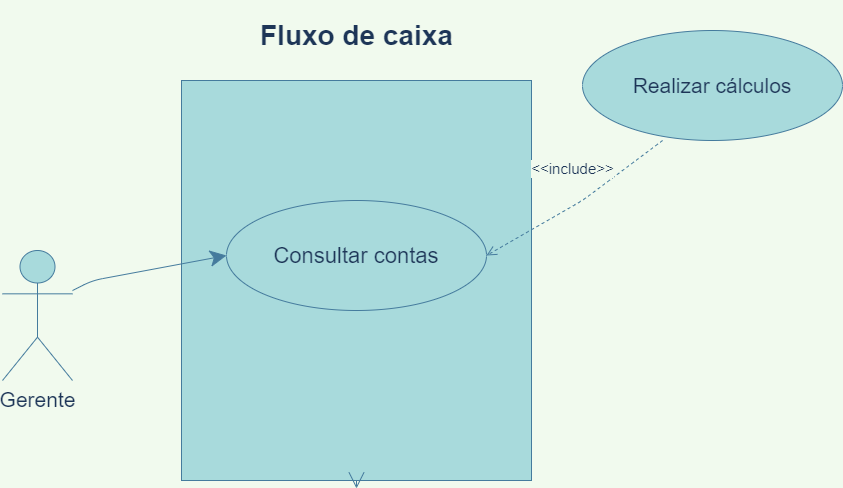
The draw.io diagram Fluxo de caixa.drawio.png in hinname/project-Restaurant, before a commit. Source tidied: cells renumbered, new cells last; positions are measured from the earlier drawing's top-left corner, leaving out a move shared by most shapes.
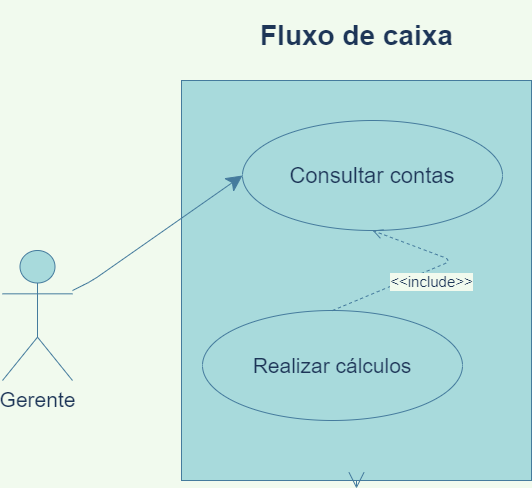
Later version of the same file.

Change to the diagram source:
```diff
@@ -12,18 +12,18 @@
       <mxGeometry x="304" width="100" height="70" as="geometry" />
     </mxCell>
     <mxCell id="5" value="&lt;font style=&quot;font-size: 22px&quot;&gt;Consultar contas&lt;/font&gt;" style="ellipse;whiteSpace=wrap;html=1;hachureGap=4;fillColor=#A8DADC;strokeColor=#457B9D;fontColor=#1D3557;" parent="1" vertex="1">
-      <mxGeometry x="224" y="200" width="260" height="110" as="geometry" />
+      <mxGeometry x="240" y="120" width="260" height="110" as="geometry" />
     </mxCell>
     <mxCell id="6" value="&lt;font style=&quot;font-size: 21px&quot;&gt;Realizar cálculos&lt;/font&gt;" style="ellipse;whiteSpace=wrap;html=1;hachureGap=4;fillColor=#A8DADC;strokeColor=#457B9D;fontColor=#1D3557;" parent="1" vertex="1">
-      <mxGeometry x="580" y="30" width="260" height="110" as="geometry" />
+      <mxGeometry x="200" y="310" width="260" height="110" as="geometry" />
     </mxCell>
     <mxCell id="7" style="edgeStyle=none;curved=1;rounded=0;orthogonalLoop=1;jettySize=auto;html=1;exitX=0.5;exitY=1;exitDx=0;exitDy=0;endArrow=open;startSize=14;endSize=14;sourcePerimeterSpacing=8;targetPerimeterSpacing=8;labelBackgroundColor=#F1FAEE;strokeColor=#457B9D;fontColor=#1D3557;" parent="1" edge="1" source="2" target="2">
       <mxGeometry relative="1" as="geometry" />
     </mxCell>
-    <mxCell id="8" value="&lt;font style=&quot;font-size: 15px&quot;&gt;&amp;lt;&amp;lt;include&amp;gt;&amp;gt;&lt;/font&gt;" style="html=1;verticalAlign=bottom;endArrow=open;dashed=1;endSize=8;sourcePerimeterSpacing=8;targetPerimeterSpacing=8;exitX=0.308;exitY=1;exitDx=0;exitDy=0;exitPerimeter=0;entryX=1;entryY=0.5;entryDx=0;entryDy=0;labelBackgroundColor=#F1FAEE;strokeColor=#457B9D;fontColor=#1D3557;" parent="1" edge="1" source="6" target="5">
+    <mxCell id="8" value="&lt;font style=&quot;font-size: 15px&quot;&gt;&amp;lt;&amp;lt;include&amp;gt;&amp;gt;&lt;/font&gt;" style="html=1;verticalAlign=bottom;endArrow=open;dashed=1;endSize=8;sourcePerimeterSpacing=8;targetPerimeterSpacing=8;exitX=0.5;exitY=0;exitDx=0;exitDy=0;labelBackgroundColor=#F1FAEE;strokeColor=#457B9D;fontColor=#1D3557;entryX=0.5;entryY=1;entryDx=0;entryDy=0;" parent="1" edge="1" source="6" target="5">
       <mxGeometry x="-0.09" y="-22" relative="1" as="geometry">
         <Array as="points">
-          <mxPoint x="580" y="200" />
+          <mxPoint x="450" y="260" />
         </Array>
       </mxGeometry>
     </mxCell>
```
